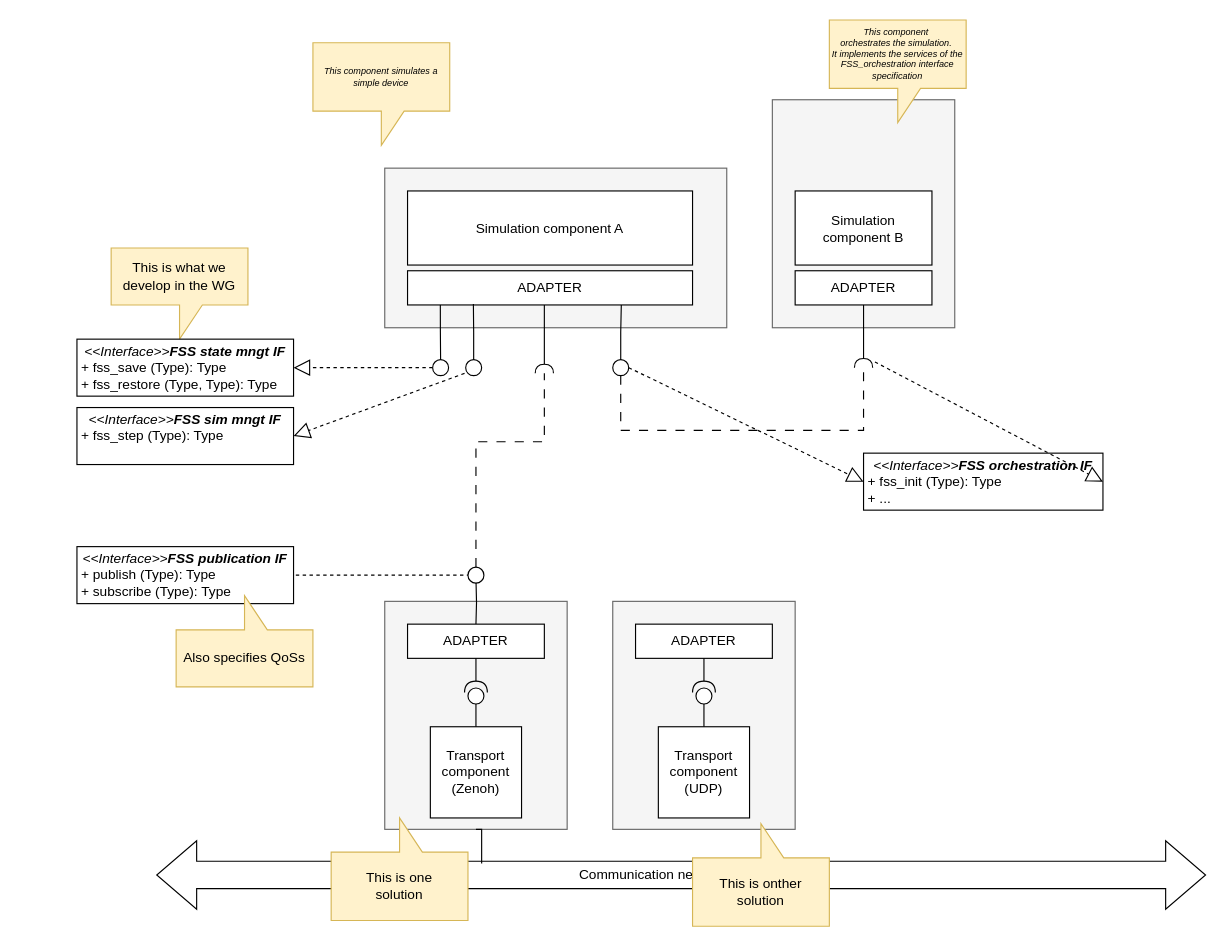
Above: Diagramme sans nom.drawio in ericjenn/FSS (draw.io), before the change. Source tidied: cells renumbered, new cells numbered last; positions are measured from the earlier drawing's top-left corner, leaving out a move shared by most shapes. Both pictures are drawn from the tidied source at 114%, with x=0, y=0 at pixel (76, 19).
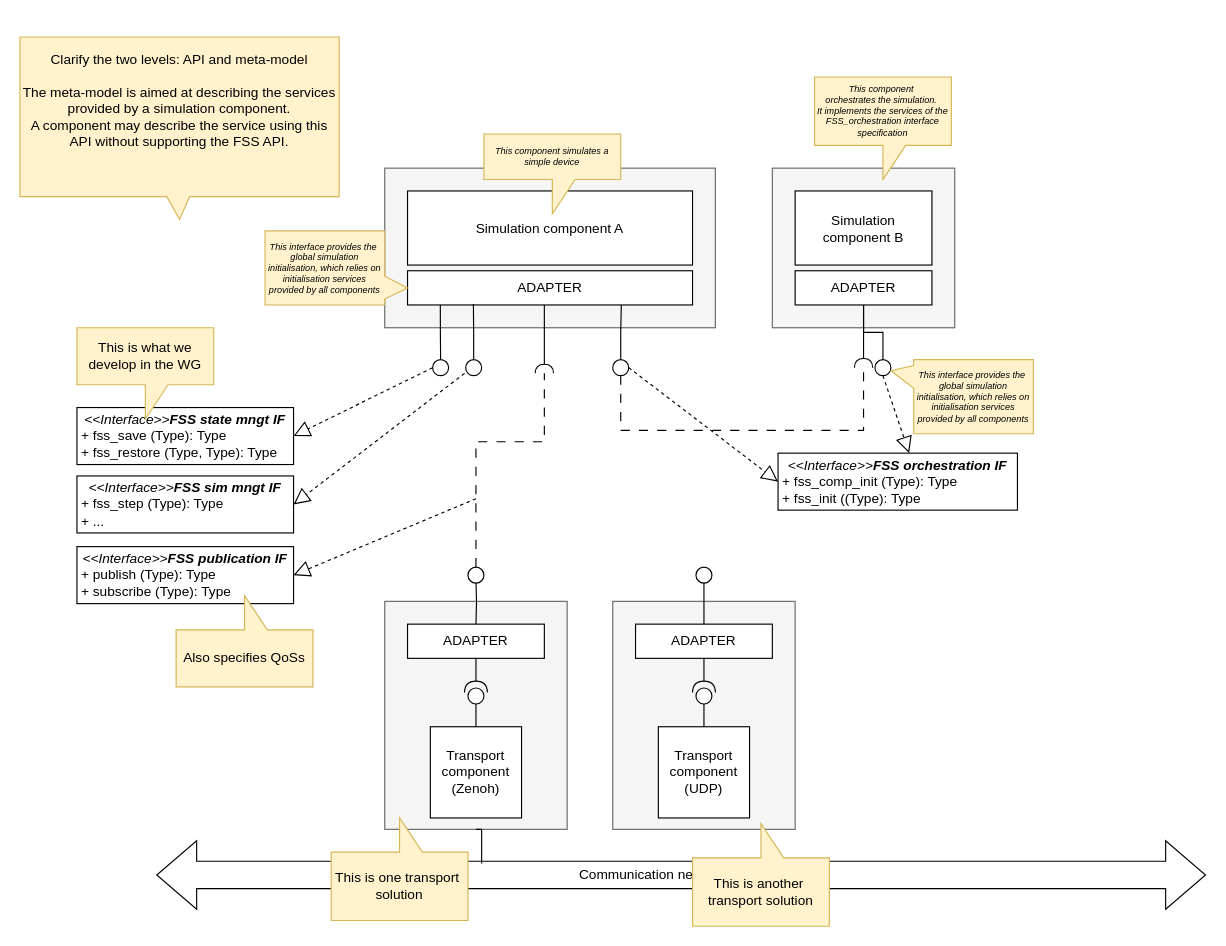
After the change.

Commit message (it also covers changes not shown here):
Mettre à jour Diagramme sans nom.drawio

The change refers to these unchanged cells:
```xml
<mxCell id="25" value="ADAPTER" style="rounded=0;whiteSpace=wrap;html=1;" parent="1" vertex="1">
  <mxGeometry x="630" y="220" width="120" height="30" as="geometry" />
</mxCell>
<mxCell id="36" style="ellipse;whiteSpace=wrap;html=1;" parent="1" vertex="1">
  <mxGeometry x="343" y="480" width="14" height="14" as="geometry" />
</mxCell>
<mxCell id="37" value="&lt;p style=&quot;margin:0px;margin-top:4px;text-align:center;&quot;&gt;&lt;i&gt;&amp;lt;&amp;lt;Interface&amp;gt;&amp;gt;&lt;b&gt;FSS publication IF&lt;/b&gt;&lt;/i&gt;&lt;br&gt;&lt;/p&gt;&lt;p style=&quot;margin:0px;margin-left:4px;&quot;&gt;&lt;/p&gt;&lt;p style=&quot;margin:0px;margin-left:4px;&quot;&gt;+ publish (Type): Type&lt;br&gt;&lt;/p&gt;&lt;p style=&quot;margin:0px;margin-left:4px;&quot;&gt;+ subscribe&amp;nbsp;&lt;span style=&quot;background-color: initial;&quot;&gt;(Type): Type&lt;/span&gt;&lt;/p&gt;" style="verticalAlign=top;align=left;overflow=fill;html=1;whiteSpace=wrap;" parent="1" vertex="1">
  <mxGeometry y="462" width="190" height="50" as="geometry" />
</mxCell>
<mxCell id="46" value="ADAPTER" style="rounded=0;whiteSpace=wrap;html=1;" parent="1" vertex="1">
  <mxGeometry x="490" y="530" width="120" height="30" as="geometry" />
</mxCell>
```

Diff of the diagram source:
```diff
@@
     <mxCell id="2" style="rounded=0;whiteSpace=wrap;html=1;fillColor=#f5f5f5;fontColor=#333333;strokeColor=#666666;" parent="1" vertex="1">
-      <mxGeometry x="610" y="70" width="160" height="200" as="geometry" />
+      <mxGeometry x="610" y="130" width="160" height="140" as="geometry" />
     </mxCell>
     <mxCell id="3" style="rounded=0;whiteSpace=wrap;html=1;fillColor=#f5f5f5;fontColor=#333333;strokeColor=#666666;" parent="1" vertex="1">
-      <mxGeometry x="270" y="130" width="300" height="140" as="geometry" />
+      <mxGeometry x="270" y="130" width="290" height="140" as="geometry" />
     </mxCell>
@@
-    <mxCell id="5" style="endArrow=block;dashed=1;endFill=0;endSize=12;html=1;rounded=0;entryX=0;entryY=0.5;entryDx=0;entryDy=0;exitX=1;exitY=0.5;exitDx=0;exitDy=0;" parent="1" edge="1" source="36" target="37">
-      <mxGeometry relative="1" as="geometry" />
+    <mxCell id="5" style="endArrow=block;dashed=1;endFill=0;endSize=12;html=1;rounded=0;entryX=1;entryY=0.5;entryDx=0;entryDy=0;" parent="1" edge="1" target="37">
+      <mxGeometry relative="1" as="geometry">
+        <mxPoint x="350" y="420" as="sourcePoint" />
+      </mxGeometry>
     </mxCell>
@@
-    <mxCell id="10" value="This is what we develop in the WG" style="shape=callout;whiteSpace=wrap;html=1;perimeter=calloutPerimeter;fillColor=#fff2cc;strokeColor=#d6b656;" parent="1" vertex="1">
-      <mxGeometry x="30" y="200" width="120" height="80" as="geometry" />
-    </mxCell>
     <mxCell id="11" value="&lt;p style=&quot;margin:0px;margin-top:4px;text-align:center;&quot;&gt;&lt;i&gt;&amp;lt;&amp;lt;Interface&amp;gt;&amp;gt;&lt;b&gt;FSS state mngt IF&lt;/b&gt;&lt;/i&gt;&lt;br&gt;&lt;/p&gt;&lt;p style=&quot;margin:0px;margin-left:4px;&quot;&gt;&lt;/p&gt;&lt;p style=&quot;margin:0px;margin-left:4px;&quot;&gt;+ fss_save (Type): Type&lt;br&gt;+ fss_restore (Type, Type): Type&lt;/p&gt;" style="verticalAlign=top;align=left;overflow=fill;html=1;whiteSpace=wrap;" parent="1" vertex="1">
-      <mxGeometry y="280" width="190" height="50" as="geometry" />
+      <mxGeometry y="340" width="190" height="50" as="geometry" />
     </mxCell>
@@
-    <mxCell id="21" value="&lt;p style=&quot;margin:0px;margin-top:4px;text-align:center;&quot;&gt;&lt;i&gt;&amp;lt;&amp;lt;Interface&amp;gt;&amp;gt;&lt;b&gt;FSS sim mngt IF&lt;/b&gt;&lt;/i&gt;&lt;br&gt;&lt;/p&gt;&lt;p style=&quot;margin:0px;margin-left:4px;&quot;&gt;&lt;/p&gt;&lt;p style=&quot;margin:0px;margin-left:4px;&quot;&gt;+ fss_step (Type): Type&lt;br&gt;&lt;/p&gt;" style="verticalAlign=top;align=left;overflow=fill;html=1;whiteSpace=wrap;" parent="1" vertex="1">
-      <mxGeometry y="340" width="190" height="50" as="geometry" />
+    <mxCell id="21" value="&lt;p style=&quot;margin:0px;margin-top:4px;text-align:center;&quot;&gt;&lt;i&gt;&amp;lt;&amp;lt;Interface&amp;gt;&amp;gt;&lt;b&gt;FSS sim mngt IF&lt;/b&gt;&lt;/i&gt;&lt;br&gt;&lt;/p&gt;&lt;p style=&quot;margin:0px;margin-left:4px;&quot;&gt;&lt;/p&gt;&lt;p style=&quot;margin:0px;margin-left:4px;&quot;&gt;+ fss_step (Type): Type&lt;br&gt;&lt;/p&gt;&lt;p style=&quot;margin:0px;margin-left:4px;&quot;&gt;+ ...&lt;/p&gt;" style="verticalAlign=top;align=left;overflow=fill;html=1;whiteSpace=wrap;" parent="1" vertex="1">
+      <mxGeometry y="400" width="190" height="50" as="geometry" />
     </mxCell>
@@
-    <mxCell id="23" value="This component simulates a simple device" style="shape=callout;whiteSpace=wrap;html=1;perimeter=calloutPerimeter;fillColor=#fff2cc;strokeColor=#d6b656;fontSize=8;fontStyle=2;" parent="1" vertex="1">
-      <mxGeometry x="207" y="20" width="120" height="90" as="geometry" />
-    </mxCell>
     <mxCell id="24" value="This component&amp;nbsp;&lt;div style=&quot;font-size: 8px;&quot;&gt;orchestrates the simulation.&amp;nbsp;&lt;/div&gt;&lt;div style=&quot;font-size: 8px;&quot;&gt;It implements the services of the FSS_orchestration interface specification&lt;/div&gt;" style="shape=callout;whiteSpace=wrap;html=1;perimeter=calloutPerimeter;fillColor=#fff2cc;strokeColor=#d6b656;fontSize=8;fontStyle=2;" parent="1" vertex="1">
-      <mxGeometry x="660" width="120" height="90" as="geometry" />
+      <mxGeometry x="647" y="50" width="120" height="90" as="geometry" />
     </mxCell>
@@
-    <mxCell id="27" value="&lt;p style=&quot;margin:0px;margin-top:4px;text-align:center;&quot;&gt;&lt;i&gt;&amp;lt;&amp;lt;Interface&amp;gt;&amp;gt;&lt;b&gt;FSS orchestration IF&lt;/b&gt;&lt;/i&gt;&lt;br&gt;&lt;/p&gt;&lt;p style=&quot;margin:0px;margin-left:4px;&quot;&gt;&lt;/p&gt;&lt;p style=&quot;margin:0px;margin-left:4px;&quot;&gt;+ fss_init (Type): Type&lt;br&gt;+ ...&lt;/p&gt;" style="verticalAlign=top;align=left;overflow=fill;html=1;whiteSpace=wrap;" parent="1" vertex="1">
-      <mxGeometry x="690" y="380" width="210" height="50" as="geometry" />
+    <mxCell id="27" value="&lt;p style=&quot;margin:0px;margin-top:4px;text-align:center;&quot;&gt;&lt;i&gt;&amp;lt;&amp;lt;Interface&amp;gt;&amp;gt;&lt;b&gt;FSS orchestration IF&lt;/b&gt;&lt;/i&gt;&lt;br&gt;&lt;/p&gt;&lt;p style=&quot;margin:0px;margin-left:4px;&quot;&gt;&lt;/p&gt;&lt;p style=&quot;margin:0px;margin-left:4px;&quot;&gt;+ fss_comp_init (Type): Type&lt;br&gt;+ fss_init (&lt;span style=&quot;background-color: initial;&quot;&gt;(Type): Type&lt;/span&gt;&lt;/p&gt;" style="verticalAlign=top;align=left;overflow=fill;html=1;whiteSpace=wrap;" parent="1" vertex="1">
+      <mxGeometry x="615" y="380" width="210" height="50" as="geometry" />
     </mxCell>
@@
-    <mxCell id="35" style="endArrow=block;dashed=1;endFill=0;endSize=12;html=1;rounded=0;entryX=1;entryY=0.5;entryDx=0;entryDy=0;" parent="1" edge="1" target="27">
-      <mxGeometry relative="1" as="geometry">
-        <mxPoint x="700" y="300" as="sourcePoint" />
-      </mxGeometry>
-    </mxCell>
@@
+    <mxCell id="53" style="edgeStyle=orthogonalEdgeStyle;rounded=0;jettySize=auto;html=1;exitX=0.5;exitY=0;exitDx=0;exitDy=0;endArrow=none;endFill=0;" parent="1" edge="1" source="46" target="54">
+      <mxGeometry relative="1" as="geometry" />
+    </mxCell>
@@
-    <mxCell id="51" value="This is one &lt;br&gt;solution" style="shape=callout;whiteSpace=wrap;html=1;perimeter=calloutPerimeter;fillColor=#fff2cc;strokeColor=#d6b656;flipV=1;" parent="1" vertex="1">
+    <mxCell id="51" value="This is one transport&amp;nbsp;&lt;br&gt;solution" style="shape=callout;whiteSpace=wrap;html=1;perimeter=calloutPerimeter;fillColor=#fff2cc;strokeColor=#d6b656;flipV=1;" parent="1" vertex="1">
       <mxGeometry x="223" y="700" width="120" height="90" as="geometry" />
     </mxCell>
-    <mxCell id="52" value="This is onther &lt;br&gt;solution" style="shape=callout;whiteSpace=wrap;html=1;perimeter=calloutPerimeter;fillColor=#fff2cc;strokeColor=#d6b656;flipV=1;" parent="1" vertex="1">
+    <mxCell id="52" value="This is another&amp;nbsp;&lt;br&gt;transport solution" style="shape=callout;whiteSpace=wrap;html=1;perimeter=calloutPerimeter;fillColor=#fff2cc;strokeColor=#d6b656;flipV=1;" parent="1" vertex="1">
       <mxGeometry x="540" y="705" width="120" height="90" as="geometry" />
     </mxCell>
+    <mxCell id="54" style="ellipse;whiteSpace=wrap;html=1;" parent="1" vertex="1">
+      <mxGeometry x="543" y="480" width="14" height="14" as="geometry" />
+    </mxCell>
+    <mxCell id="55" style="edgeStyle=orthogonalEdgeStyle;rounded=0;jettySize=auto;html=1;entryX=0.5;entryY=1;entryDx=0;entryDy=0;endArrow=none;endFill=0;" parent="1" edge="1" source="56" target="25">
+      <mxGeometry relative="1" as="geometry" />
+    </mxCell>
+    <mxCell id="56" style="ellipse;whiteSpace=wrap;html=1;" parent="1" vertex="1">
+      <mxGeometry x="700" y="298" width="14" height="14" as="geometry" />
+    </mxCell>
+    <mxCell id="57" style="endArrow=block;dashed=1;endFill=0;endSize=12;html=1;rounded=0;exitX=0.5;exitY=1;exitDx=0;exitDy=0;" parent="1" edge="1" source="56">
+      <mxGeometry relative="1" as="geometry">
+        <mxPoint x="730" y="380" as="targetPoint" />
+      </mxGeometry>
+    </mxCell>
+    <mxCell id="58" value="This interface provides the&amp;nbsp; global simulation initialisation, which relies on initialisation services provided by all components" style="shape=callout;whiteSpace=wrap;html=1;perimeter=calloutPerimeter;fillColor=#fff2cc;strokeColor=#d6b656;fontSize=8;fontStyle=2;size=20;position=0.08;position2=0.15;direction=south;" parent="1" vertex="1">
+      <mxGeometry x="714" y="298" width="125" height="65" as="geometry" />
+    </mxCell>
+    <mxCell id="23" value="This component simulates a simple device" style="shape=callout;whiteSpace=wrap;html=1;perimeter=calloutPerimeter;fillColor=#fff2cc;strokeColor=#d6b656;fontSize=8;fontStyle=2;" parent="1" vertex="1">
+      <mxGeometry x="357" y="100" width="120" height="70" as="geometry" />
+    </mxCell>
+    <mxCell id="59" value="This interface provides the&amp;nbsp; global simulation initialisation, which relies on initialisation services provided by all components" style="shape=callout;whiteSpace=wrap;html=1;perimeter=calloutPerimeter;fillColor=#fff2cc;strokeColor=#d6b656;fontSize=8;fontStyle=2;size=20;position=0.08;position2=0.23;direction=north;" parent="1" vertex="1">
+      <mxGeometry x="165" y="185" width="125" height="65" as="geometry" />
+    </mxCell>
+    <mxCell id="10" value="This is what we develop in the WG" style="shape=callout;whiteSpace=wrap;html=1;perimeter=calloutPerimeter;fillColor=#fff2cc;strokeColor=#d6b656;" parent="1" vertex="1">
+      <mxGeometry y="270" width="120" height="80" as="geometry" />
+    </mxCell>
+    <mxCell id="60" value="Clarify the two levels: API and meta-model&lt;div&gt;&lt;br&gt;&lt;/div&gt;&lt;div&gt;The meta-model is aimed at describing the services provided by a simulation component.&lt;/div&gt;&lt;div&gt;A component may describe the service using this API without supporting the FSS API.&lt;/div&gt;&lt;div&gt;&lt;br&gt;&lt;div&gt;&lt;br&gt;&lt;/div&gt;&lt;/div&gt;" style="shape=callout;whiteSpace=wrap;html=1;perimeter=calloutPerimeter;fillColor=#fff2cc;strokeColor=#d6b656;size=20;position=0.46;position2=0.5;" parent="1" vertex="1">
+      <mxGeometry x="-50" y="15" width="280" height="160" as="geometry" />
+    </mxCell>
```
